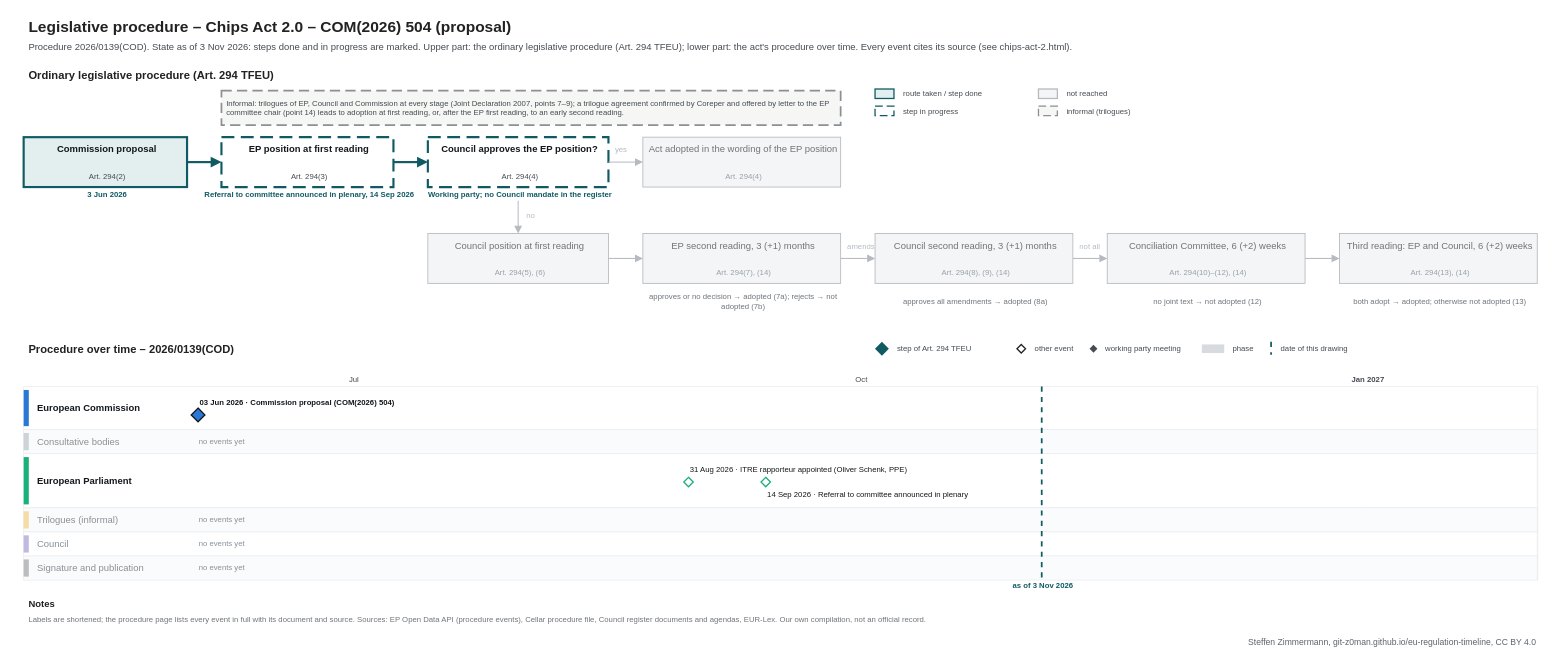
git-z0man/eu-regulation-timeline keeps this draw.io diagram as procedures/chips-act-2.drawio. Above is the earlier version. Source tidied: cells renumbered, new cells numbered last; positions are measured from the earlier drawing's top-left corner, leaving out a move shared by most shapes. Both pictures are drawn from the tidied source at 86%, with x=0, y=0 at pixel (15, 15).
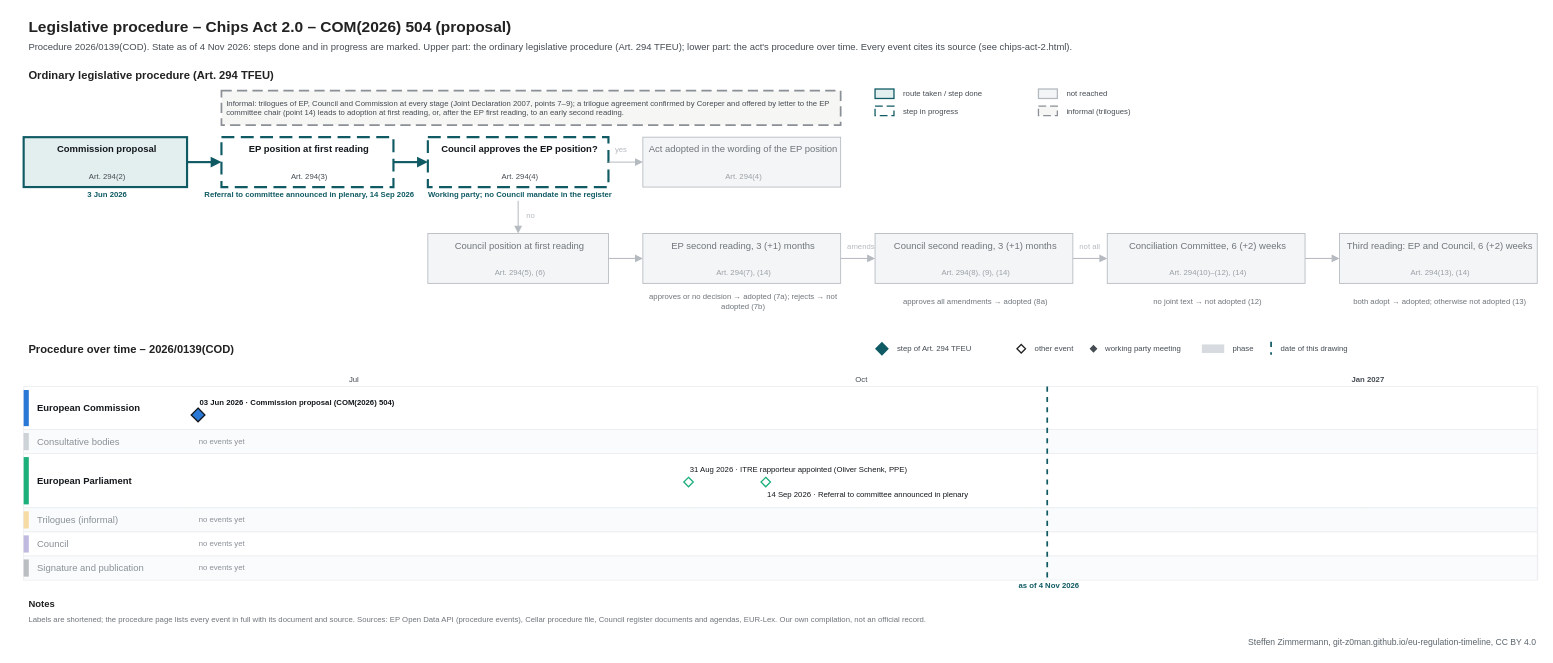
After the change.

What changed in the source:
```diff
@@
-    <mxCell id="3" value="Procedure 2026/0139(COD). State as of 3 Nov 2026: steps done and in progress are marked. Upper part: the ordinary legislative procedure (Art. 294 TFEU); lower part: the act's procedure over time. Every event cites its source (see chips-act-2.html)." style="text;html=1;fontSize=11;fontColor=#454c53;align=left;verticalAlign=middle;spacingLeft=4;" parent="1" vertex="1">
+    <mxCell id="3" value="Procedure 2026/0139(COD). State as of 4 Nov 2026: steps done and in progress are marked. Upper part: the ordinary legislative procedure (Art. 294 TFEU); lower part: the act's procedure over time. Every event cites its source (see chips-act-2.html)." style="text;html=1;fontSize=11;fontColor=#454c53;align=left;verticalAlign=middle;spacingLeft=4;" parent="1" vertex="1">
       <mxGeometry x="10" y="28" width="1700" height="18" as="geometry" />
     </mxCell>
@@
     <mxCell id="106" style="line;html=1;strokeWidth=2;strokeColor=#0f5a63;direction=south;dashed=1;" parent="1" vertex="1">
-      <mxGeometry x="1193.3" y="432" width="1" height="225" as="geometry" />
+      <mxGeometry x="1199.7" y="432" width="1" height="225" as="geometry" />
     </mxCell>
-    <mxCell id="107" value="as of 3 Nov 2026" style="text;html=1;fontSize=9;fontColor=#0f5a63;align=center;verticalAlign=middle;spacingLeft=4;fontStyle=1;" parent="1" vertex="1">
-      <mxGeometry x="1133.3" y="658" width="120" height="12" as="geometry" />
+    <mxCell id="107" value="as of 4 Nov 2026" style="text;html=1;fontSize=9;fontColor=#0f5a63;align=center;verticalAlign=middle;spacingLeft=4;fontStyle=1;" parent="1" vertex="1">
+      <mxGeometry x="1139.7" y="658" width="120" height="12" as="geometry" />
     </mxCell>
```
